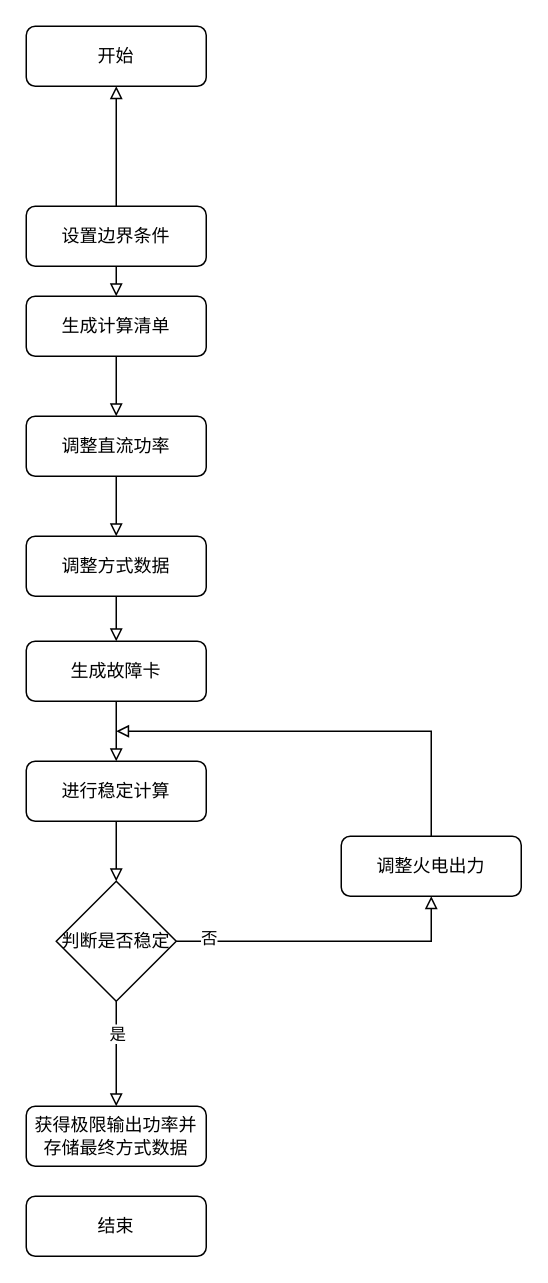
Earlier version of the draw.io diagram 未命名绘图.drawio (Ailcever/Python). Source tidied: cells renumbered, new cells numbered last; positions are measured from the earlier drawing's top-left corner, leaving out a move shared by most shapes. Both pictures are drawn from the tidied source at 150%, with x=0, y=0 at pixel (26, 26).
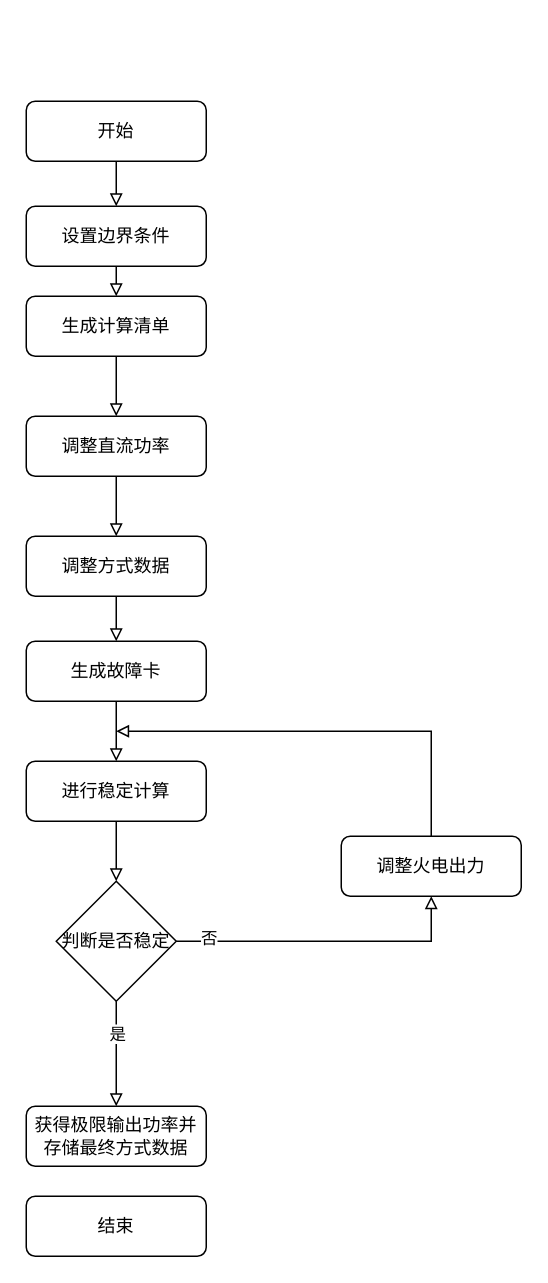
Above is the later version.

Commit message:
更新未命名绘图.drawio

Unchanged cells that the change refers to:
```xml
<mxCell id="6" value="设置边界条件" style="rounded=1;whiteSpace=wrap;html=1;fontSize=12;glass=0;strokeWidth=1;shadow=0;" parent="1" vertex="1">
  <mxGeometry y="120" width="120" height="40" as="geometry" />
</mxCell>
```

Change to the diagram source:
```diff
@@
-    <mxCell id="5" style="edgeStyle=orthogonalEdgeStyle;rounded=0;jettySize=auto;html=1;endArrow=block;endFill=0;" parent="1" edge="1" source="6" target="24">
-      <mxGeometry relative="1" as="geometry" />
-    </mxCell>
@@
+    <mxCell id="25" style="edgeStyle=orthogonalEdgeStyle;rounded=0;jettySize=auto;html=1;endArrow=block;endFill=0;" parent="1" edge="1" source="24" target="6">
+      <mxGeometry relative="1" as="geometry" />
+    </mxCell>
     <mxCell id="24" value="开始" style="rounded=1;whiteSpace=wrap;html=1;fontSize=12;glass=0;strokeWidth=1;shadow=0;" parent="1" vertex="1">
-      <mxGeometry width="120" height="40" as="geometry" />
+      <mxGeometry y="50" width="120" height="40" as="geometry" />
     </mxCell>
```
